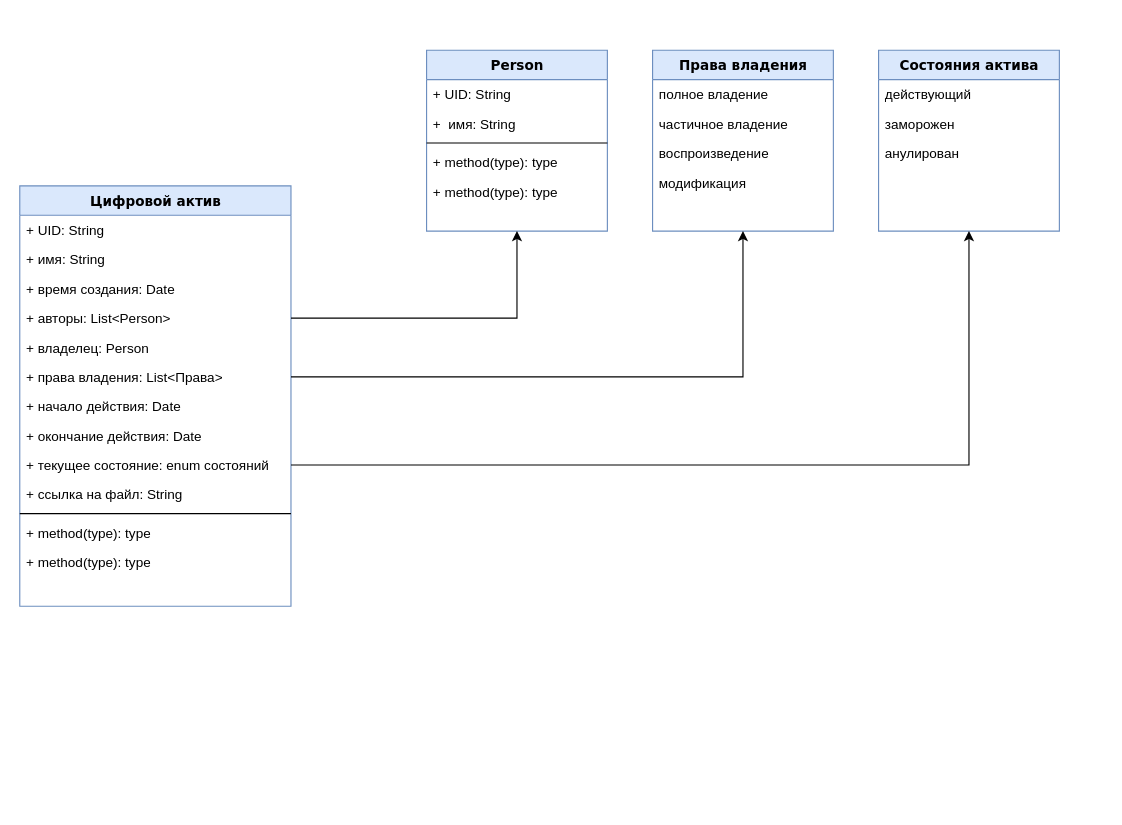
Earlier version of the draw.io diagram page "Классы" (1 of 2) of DA-API.drawio (ansamoylenko/da-api). Source tidied: cells renumbered, new cells numbered last; positions are measured from the earlier drawing's top-left corner, leaving out a move shared by most shapes. Both pictures are drawn from the tidied source at 113%, with x=0, y=0 at pixel (19, 50).
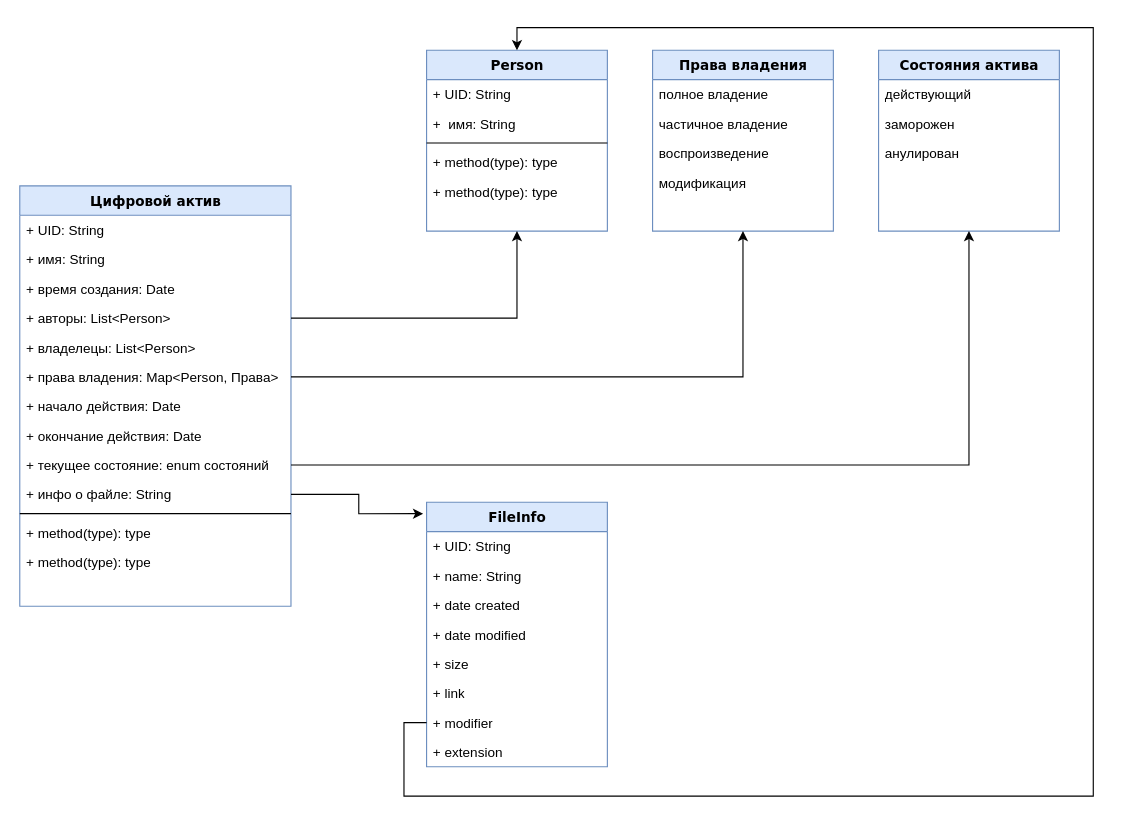
The same page after the edit.

Commit message:
add file info and common arhitec DA-API.drawio

Unchanged cells that the change refers to:
```xml
<mxCell id="2" value="Цифровой актив" style="swimlane;html=1;fontStyle=1;align=center;verticalAlign=top;horizontal=1;startSize=26;swimlaneFillColor=#ffffff;rounded=0;shadow=0;comic=0;labelBackgroundColor=none;strokeWidth=1;fillColor=#dae8fc;fontFamily=Verdana;fontSize=12;strokeColor=#6c8ebf;" parent="1" vertex="1">
  <mxGeometry y="120" width="240" height="372" as="geometry" />
</mxCell>
<mxCell id="25" value="Person" style="swimlane;html=1;fontStyle=1;align=center;verticalAlign=top;horizontal=1;startSize=26;swimlaneFillColor=#ffffff;rounded=0;shadow=0;comic=0;labelBackgroundColor=none;strokeWidth=1;fillColor=#dae8fc;fontFamily=Verdana;fontSize=12;strokeColor=#6c8ebf;" parent="1" vertex="1">
  <mxGeometry x="360" width="160" height="160" as="geometry" />
</mxCell>
```

The edit, as a diff of the source:
```diff
@@
-    <mxCell id="7" value="+ владелец: Person" style="text;html=1;strokeColor=none;fillColor=none;align=left;verticalAlign=top;spacingLeft=4;spacingRight=4;whiteSpace=wrap;overflow=hidden;" parent="2" vertex="1">
+    <mxCell id="7" value="+ владелецы: List&amp;lt;Person&amp;gt;" style="text;html=1;strokeColor=none;fillColor=none;align=left;verticalAlign=top;spacingLeft=4;spacingRight=4;whiteSpace=wrap;overflow=hidden;" parent="2" vertex="1">
       <mxGeometry y="130" width="240" height="26" as="geometry" />
     </mxCell>
-    <mxCell id="8" value="+ права владения: List&amp;lt;Права&amp;gt;" style="text;html=1;strokeColor=none;fillColor=none;align=left;verticalAlign=top;spacingLeft=4;spacingRight=4;whiteSpace=wrap;overflow=hidden;points=[[0,0.5],[1,0.5]];portConstraint=eastwest;" parent="2" vertex="1">
+    <mxCell id="8" value="+ права владения: Map&amp;lt;Person, Права&amp;gt;" style="text;html=1;strokeColor=none;fillColor=none;align=left;verticalAlign=top;spacingLeft=4;spacingRight=4;whiteSpace=wrap;overflow=hidden;points=[[0,0.5],[1,0.5]];portConstraint=eastwest;" parent="2" vertex="1">
       <mxGeometry y="156" width="240" height="26" as="geometry" />
     </mxCell>
@@
-    <mxCell id="12" value="+ ссылка на файл: String" style="text;html=1;strokeColor=none;fillColor=none;align=left;verticalAlign=top;spacingLeft=4;spacingRight=4;whiteSpace=wrap;overflow=hidden;points=[[0,0.5],[1,0.5]];portConstraint=eastwest;" parent="2" vertex="1">
+    <mxCell id="12" value="+ инфо о файле: String" style="text;html=1;strokeColor=none;fillColor=none;align=left;verticalAlign=top;spacingLeft=4;spacingRight=4;whiteSpace=wrap;overflow=hidden;points=[[0,0.5],[1,0.5]];portConstraint=eastwest;" parent="2" vertex="1">
       <mxGeometry y="260" width="240" height="26" as="geometry" />
     </mxCell>
@@
+    <mxCell id="34" value="FileInfo" style="swimlane;html=1;fontStyle=1;align=center;verticalAlign=top;horizontal=1;startSize=26;swimlaneFillColor=#ffffff;rounded=0;shadow=0;comic=0;labelBackgroundColor=none;strokeWidth=1;fillColor=#dae8fc;fontFamily=Verdana;fontSize=12;strokeColor=#6c8ebf;" parent="1" vertex="1">
+      <mxGeometry x="360" y="400" width="160" height="234" as="geometry" />
+    </mxCell>
+    <mxCell id="35" value="+ UID: String" style="text;html=1;strokeColor=none;fillColor=none;align=left;verticalAlign=top;spacingLeft=4;spacingRight=4;whiteSpace=wrap;overflow=hidden;" parent="34" vertex="1">
+      <mxGeometry y="26" width="160" height="26" as="geometry" />
+    </mxCell>
+    <mxCell id="36" value="+ name: String" style="text;html=1;strokeColor=none;fillColor=none;align=left;verticalAlign=top;spacingLeft=4;spacingRight=4;whiteSpace=wrap;overflow=hidden;" parent="34" vertex="1">
+      <mxGeometry y="52" width="160" height="26" as="geometry" />
+    </mxCell>
+    <mxCell id="37" value="+ date created" style="text;html=1;strokeColor=none;fillColor=none;align=left;verticalAlign=top;spacingLeft=4;spacingRight=4;whiteSpace=wrap;overflow=hidden;" parent="34" vertex="1">
+      <mxGeometry y="78" width="160" height="26" as="geometry" />
+    </mxCell>
+    <mxCell id="38" value="&lt;div&gt;+ date &lt;span class=&quot;VIiyi&quot; lang=&quot;en&quot;&gt;&lt;span class=&quot;JLqJ4b ChMk0b&quot;&gt;&lt;span class=&quot;Q4iAWc&quot;&gt;modified&lt;/span&gt;&lt;/span&gt;&lt;/span&gt;&lt;br&gt;&lt;br&gt;&lt;/div&gt;" style="text;html=1;strokeColor=none;fillColor=none;align=left;verticalAlign=top;spacingLeft=4;spacingRight=4;whiteSpace=wrap;overflow=hidden;" parent="34" vertex="1">
+      <mxGeometry y="104" width="160" height="26" as="geometry" />
+    </mxCell>
+    <mxCell id="39" value="+ size" style="text;html=1;strokeColor=none;fillColor=none;align=left;verticalAlign=top;spacingLeft=4;spacingRight=4;whiteSpace=wrap;overflow=hidden;" parent="34" vertex="1">
+      <mxGeometry y="130" width="160" height="26" as="geometry" />
+    </mxCell>
+    <mxCell id="40" value="+ link" style="text;html=1;strokeColor=none;fillColor=none;align=left;verticalAlign=top;spacingLeft=4;spacingRight=4;whiteSpace=wrap;overflow=hidden;" parent="34" vertex="1">
+      <mxGeometry y="156" width="160" height="26" as="geometry" />
+    </mxCell>
+    <mxCell id="41" value="+ modifier" style="text;html=1;strokeColor=none;fillColor=none;align=left;verticalAlign=top;spacingLeft=4;spacingRight=4;whiteSpace=wrap;overflow=hidden;points=[[0,0.5],[1,0.5]];portConstraint=eastwest;" parent="34" vertex="1">
+      <mxGeometry y="182" width="160" height="26" as="geometry" />
+    </mxCell>
+    <mxCell id="42" value="+ extension" style="text;html=1;strokeColor=none;fillColor=none;align=left;verticalAlign=top;spacingLeft=4;spacingRight=4;whiteSpace=wrap;overflow=hidden;" parent="34" vertex="1">
+      <mxGeometry y="208" width="160" height="26" as="geometry" />
+    </mxCell>
+    <mxCell id="43" style="edgeStyle=orthogonalEdgeStyle;rounded=0;jettySize=auto;html=1;entryX=-0.019;entryY=0.043;entryDx=0;entryDy=0;entryPerimeter=0;" parent="1" edge="1" source="12" target="34">
+      <mxGeometry relative="1" as="geometry" />
+    </mxCell>
+    <mxCell id="44" style="edgeStyle=orthogonalEdgeStyle;rounded=0;jettySize=auto;html=1;entryX=0.5;entryY=0;entryDx=0;entryDy=0;" parent="1" edge="1" source="41" target="25">
+      <mxGeometry relative="1" as="geometry">
+        <Array as="points">
+          <mxPoint x="340" y="595" />
+          <mxPoint x="340" y="660" />
+          <mxPoint x="950" y="660" />
+          <mxPoint x="950" y="-20" />
+          <mxPoint x="440" y="-20" />
+        </Array>
+      </mxGeometry>
+    </mxCell>
```
